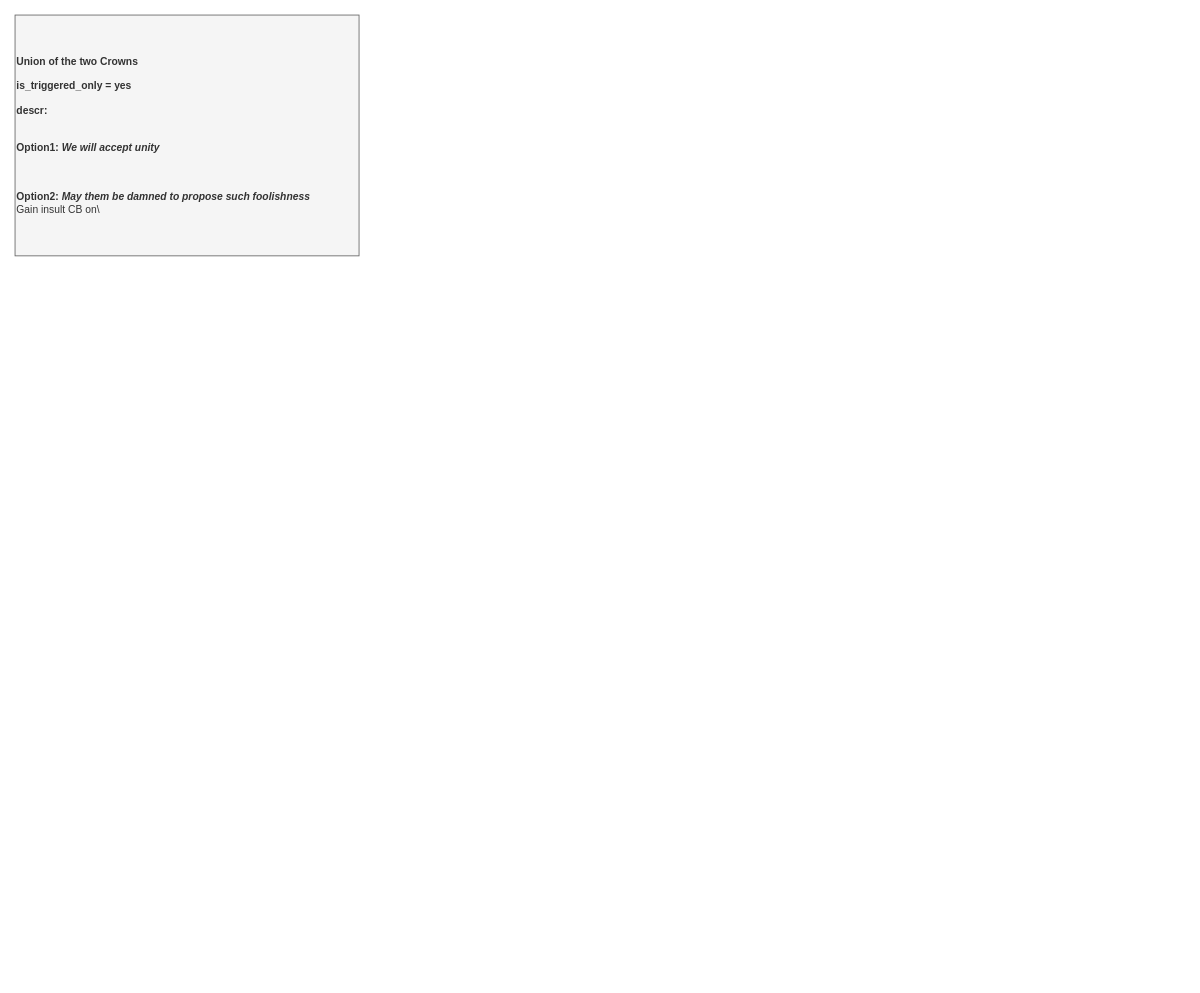
Earlier version of the draw.io diagram page "Events" (3 of 5) of Lombardy-Venetia/Lombardy-Venetia 0.1.drawio (Melvasul/Missions-Expanded). Source tidied: cells renumbered, new cells numbered last; positions are measured from the earlier drawing's top-left corner, leaving out a move shared by most shapes. Both pictures are drawn from the tidied source at 86%, with x=0, y=0 at pixel (15, 15).
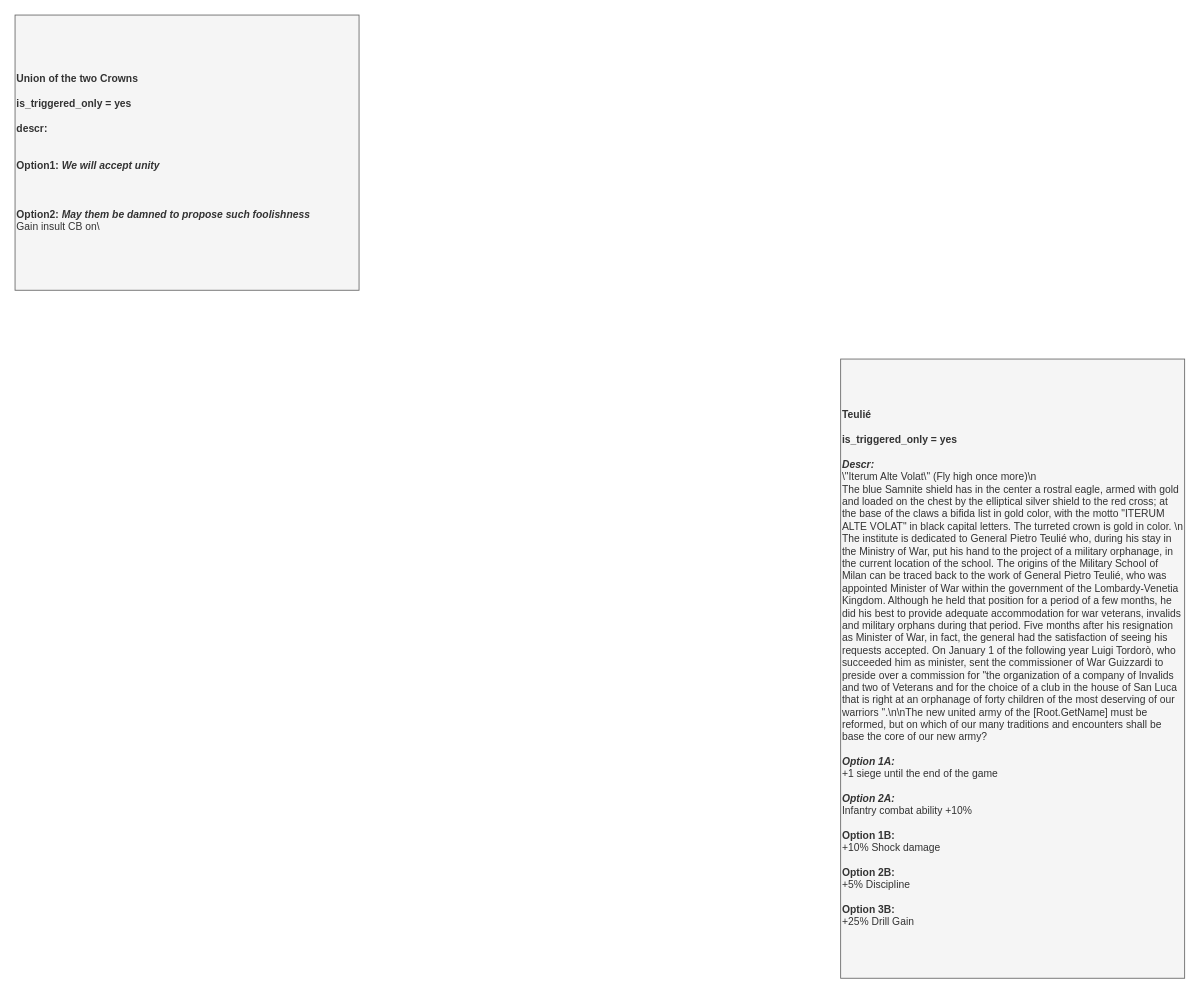
The same diagram, later.

Diff of the diagram source:
```diff
@@
 <mxGraphModel>
   <root>
     <mxCell id="0" />
     <mxCell id="1" parent="0" />
     <mxCell id="2" value="&lt;div style=&quot;font-size: 12px&quot;&gt;&lt;b&gt;Union of the two Crowns&lt;/b&gt;&lt;br&gt;&lt;/div&gt;&lt;div style=&quot;font-size: 12px&quot;&gt;&lt;span style=&quot;font-size: 12px&quot;&gt;&lt;br&gt;&lt;/span&gt;&lt;/div&gt;&lt;div style=&quot;font-size: 12px&quot;&gt;&lt;span style=&quot;font-size: 12px&quot;&gt;&lt;b&gt;is_triggered_only = yes&lt;/b&gt;&lt;/span&gt;&lt;/div&gt;&lt;div style=&quot;font-size: 12px&quot;&gt;&lt;span style=&quot;font-size: 12px&quot;&gt;&lt;br&gt;&lt;/span&gt;&lt;/div&gt;&lt;div style=&quot;font-size: 12px&quot;&gt;&lt;span style=&quot;font-size: 12px&quot;&gt;&lt;b&gt;descr:&lt;/b&gt;&lt;/span&gt;&lt;/div&gt;&lt;div style=&quot;font-size: 12px&quot;&gt;&lt;br&gt;&lt;/div&gt;&lt;div style=&quot;font-size: 12px&quot;&gt;&lt;span style=&quot;font-size: 12px&quot;&gt;&lt;br style=&quot;font-size: 12px&quot;&gt;&lt;/span&gt;&lt;/div&gt;&lt;div style=&quot;font-size: 12px&quot;&gt;&lt;span style=&quot;font-size: 12px&quot;&gt;&lt;b&gt;Option1: &lt;/b&gt;&lt;i&gt;&lt;b&gt;We will accept unity&lt;/b&gt;&lt;/i&gt;&lt;/span&gt;&lt;/div&gt;&lt;div style=&quot;font-size: 12px&quot;&gt;&lt;br&gt;&lt;/div&gt;&lt;div style=&quot;font-size: 12px&quot;&gt;&lt;br&gt;&lt;/div&gt;&lt;div style=&quot;font-size: 12px&quot;&gt;&lt;span style=&quot;font-size: 12px&quot;&gt;&lt;br style=&quot;font-size: 12px&quot;&gt;&lt;/span&gt;&lt;/div&gt;&lt;div style=&quot;font-size: 12px&quot;&gt;&lt;span style=&quot;font-size: 12px&quot;&gt;&lt;b&gt;Option2: &lt;i&gt;May them be damned to propose such&amp;nbsp;&lt;/i&gt;&lt;/b&gt;&lt;/span&gt;&lt;span&gt;&lt;b&gt;&lt;i&gt;foolishness&lt;/i&gt;&lt;/b&gt;&lt;/span&gt;&lt;/div&gt;&lt;div style=&quot;font-size: 12px&quot;&gt;Gain insult CB on\&lt;/div&gt;" style="rounded=0;whiteSpace=wrap;html=1;fillColor=#f5f5f5;strokeColor=#666666;fontSize=12;fontColor=#333333;align=left;verticalAlign=middle;" parent="1" vertex="1">
-      <mxGeometry width="400" height="280" as="geometry" />
+      <mxGeometry width="400" height="320" as="geometry" />
     </mxCell>
+    <mxCell id="3" value="&lt;div style=&quot;font-size: 12px&quot;&gt;&lt;b&gt;Teulié&lt;/b&gt;&lt;/div&gt;&lt;div style=&quot;font-size: 12px&quot;&gt;&lt;br&gt;&lt;/div&gt;&lt;div style=&quot;font-size: 12px&quot;&gt;&lt;b&gt;is_triggered_only = yes&lt;/b&gt;&lt;/div&gt;&lt;div style=&quot;font-size: 12px&quot;&gt;&lt;b&gt;&lt;br&gt;&lt;/b&gt;&lt;/div&gt;&lt;div&gt;&lt;font&gt;&lt;div style=&quot;font-size: 12px&quot;&gt;&lt;b style=&quot;font-size: 12px&quot;&gt;&lt;i style=&quot;font-size: 12px&quot;&gt;Descr:&lt;/i&gt;&lt;/b&gt;&lt;/div&gt;&lt;div&gt;\&quot;Iterum Alte Volat\&quot; (Fly high once more)\n&lt;br&gt;&lt;/div&gt;&lt;div&gt;The blue Samnite shield has in the center a rostral eagle, armed with gold and loaded on the chest by the elliptical silver shield to the red cross; at the base of the claws a bifida list in gold color, with the motto &quot;ITERUM ALTE VOLAT&quot; in black capital letters. The turreted crown is gold in color. \n&lt;/div&gt;&lt;div&gt;The institute is dedicated to General Pietro Teulié who, during his stay in the Ministry of War, put his hand to the project of a military orphanage, in the current location of the school.&amp;nbsp;&lt;span&gt;The origins of the Military School of Milan can be traced back to the work of General Pietro Teulié, who was appointed Minister of War within the government of the Lombardy-Venetia Kingdom. Although he held that position for a period of a few months, he did his best to provide adequate accommodation for war veterans, invalids and military orphans during that period. Five months after his resignation as Minister of War, in fact, the general had the satisfaction of seeing his requests accepted. On January 1 of the following year Luigi Tordorò, who succeeded him as minister, sent the commissioner of War Guizzardi to preside over a commission for &quot;the organization of a company of Invalids and two of Veterans and for the choice of a club in the house of San Luca that is right at an orphanage of forty children of the most deserving of our warriors &quot;.&lt;/span&gt;&lt;span&gt;\n\n&lt;/span&gt;&lt;span&gt;The new united army of the [Root.GetName] must be reformed, but on which of our many traditions and encounters shall be base the core of our new army?&lt;/span&gt;&lt;/div&gt;&lt;div&gt;&lt;span&gt;&lt;br&gt;&lt;/span&gt;&lt;/div&gt;&lt;div&gt;&lt;b&gt;&lt;i&gt;Option 1A:&lt;/i&gt;&lt;/b&gt;&lt;i&gt;&amp;nbsp;&lt;/i&gt;&lt;br&gt;+1 siege until the end of the game&lt;br&gt;&lt;br&gt;&lt;i&gt;&lt;b&gt;Option 2A:&amp;nbsp;&lt;/b&gt;&lt;/i&gt;&lt;br&gt;Infantry combat ability +10%&lt;br&gt;&lt;/div&gt;&lt;/font&gt;&lt;/div&gt;&lt;font&gt;&lt;br&gt;&lt;b&gt;Option 1B: &lt;/b&gt;&lt;br&gt;+10% Shock damage&lt;br&gt;&lt;br&gt;&lt;b&gt;Option 2B: &lt;/b&gt;&lt;br&gt;+5% Discipline&lt;br&gt;&lt;br&gt;&lt;b&gt;Option 3B: &lt;/b&gt;&lt;br&gt;+25% Drill Gain&lt;span style=&quot;color: rgba(0 , 0 , 0 , 0) ; font-family: monospace ; font-size: 0px&quot;&gt;del%3E%3Croot%3E%3CmxCell%20id%3D%220%22%2F%3E%3CmxCell%20id%3D%221%22%20parent%3D%220%22%2F%3E%3CmxCell%20id%3D%222%22%20value%3D%22%26lt%3Bdiv%20style%3D%26quot%3Bfont-size%3A%2012px%26quot%3B%26gt%3B%26lt%3Bb%26gt%3BNunziatella%26lt%3B%2Fb%26gt%3B%26lt%3B%2Fdiv%26gt%3B%26lt%3Bdiv%20style%3D%26quot%3Bfont-size%3A%2012px%26quot%3B%26gt%3B%26lt%3Bb%26gt%3B%26lt%3Bbr%26gt%3B%26lt%3B%2Fb%26gt%3B%26lt%3B%2Fdiv%26gt%3B%26lt%3Bdiv%20style%3D%26quot%3Bfont-size%3A%2012px%26quot%3B%26gt%3B%26lt%3Bb%26gt%3Bpotential%3A%26lt%3B%2Fb%26gt%3B%26lt%3B%2Fdiv%26gt%3B%26lt%3Bdiv%20style%3D%26quot%3Bfont-size%3A%2012px%26quot%3B%26gt%3BIs%20the%20TTS%26lt%3B%2Fdiv%26gt%3B%26lt%3Bdiv%20style%3D%26quot%3Bfont-size%3A%2012px%26quot%3B%26gt%3Bcompleted%20mission%3A%20Military%20Reforms%26lt%3B%2Fdiv%26gt%3B%26lt%3Bdiv%20style%3D%26quot%3Bfont-size%3A%2012px%26quot%3B%26gt%3B%26lt%3Bb%26gt%3B%26lt%3Bbr%26gt%3B%26lt%3B%2Fb%26gt%3B%26lt%3B%2Fdiv%26gt%3B%26lt%3Bdiv%20style%3D%26quot%3Bfont-size%3A%2012px%26quot%3B%26gt%3B%26lt%3Bb%26gt%3BAllow%3A%26lt%3B%2Fb%26gt%3B%26lt%3B%2Fdiv%26gt%3B%26lt%3Bdiv%20style%3D%26quot%3Bfont-size%3A%2012px%26quot%3B%26gt%3B%26lt%3Bbr%26gt%3B%26lt%3B%2Fdiv%26gt%3B%26lt%3Bdiv%20style%3D%26quot%3Bfont-size%3A%2012px%26quot%3B%26gt%3B%26lt%3Bb%26gt%3B%26lt%3Bbr%26gt%3B%26lt%3B%2Fb%26gt%3B%26lt%3B%2Fdiv%26gt%3B%26lt%3Bdiv%26gt%3B%26lt%3Bfont%26gt%3B%26lt%3Bdiv%20style%3D%26quot%3Bfont-size%3A%2012px%26quot%3B%26gt%3B%26lt%3Bb%20style%3D%26quot%3Bfont-size%3A%2012px%26quot%3B%26gt%3B%26lt%3Bi%20style%3D%26quot%3Bfont-size%3A%2012px%26quot%3B%26gt%3BDescr%3A%26amp%3Bnbsp%3B%26lt%3B%2Fi%26gt%3B%26lt%3B%2Fb%26gt%3B%26lt%3B%2Fdiv%26gt%3B%26lt%3Bdiv%20style%3D%26quot%3Bfont-size%3A%2012px%26quot%3B%26gt%3B%26lt%3B%2Fdiv%26gt%3B%26lt%3B%2Ffont%26gt%3B%26lt%3B%2Fdiv%26gt%3B%26lt%3Bfont%26gt%3B%26lt%3Bbr%26gt%3B%26lt%3B%2Ffont%26gt%3B%22%20style%3D%22rounded%3D0%3BwhiteSpace%3Dwrap%3Bhtml%3D1%3Balign%3Dleft%3BfontSize%3D12%3BfillColor%3D%23f5f5f5%3BstrokeColor%3D%23666666%3BfontColor%3D%23333333%3BfontFamily%3DHelvetica%3B%22%20vertex%3D%221%22%20parent%3D%221%22%3E%3CmxGeometry%20x%3D%22480%22%20width%3D%22400%22%20height%3D%22320%22%20as%3D%22geometry%22%2F%3E%3C%2FmxCell%3E%3C%2Froot%3E%3C%2FmxGraphModel%dasdasdasdasddadasdasd3E&lt;b&gt;Lo&lt;/b&gt;&lt;/span&gt;&lt;br&gt;&lt;/font&gt;" style="rounded=0;whiteSpace=wrap;html=1;align=left;fontSize=12;fillColor=#f5f5f5;strokeColor=#666666;fontColor=#333333;fontFamily=Helvetica;" parent="1" vertex="1">
+      <mxGeometry x="960" y="400" width="400" height="720" as="geometry" />
+    </mxCell>
   </root>
 </mxGraphModel>
```
